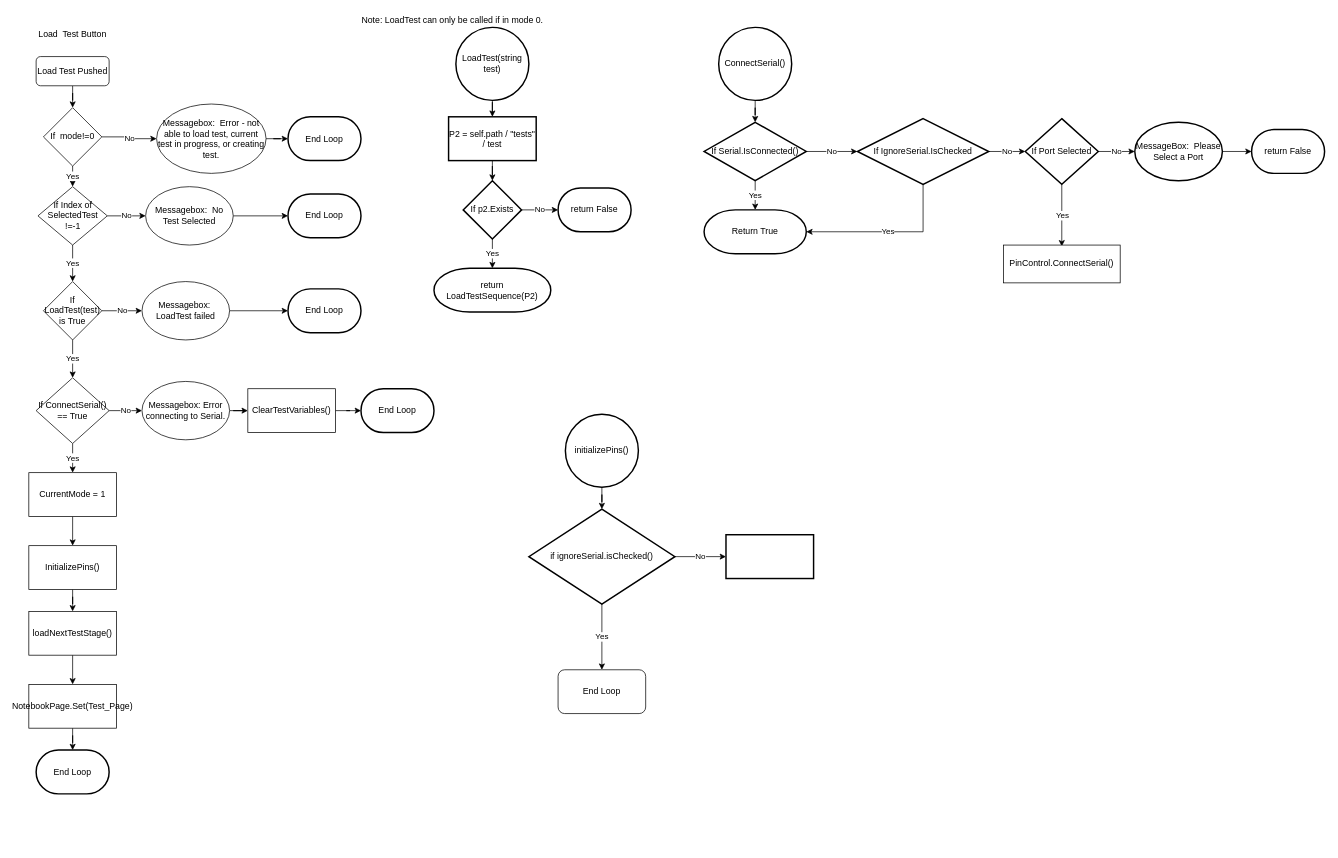
calebschmurr/AUNA_Test_Box keeps this draw.io diagram as page "Load_Test_Button" (1 of 4) of Computer_App/Load_Test_Tab.drawio. Above is the earlier version. Source tidied: cells renumbered, new cells numbered last; positions are measured from the earlier drawing's top-left corner, leaving out a move shared by most shapes. Both pictures are drawn from the tidied source at 73%, with x=0, y=0 at pixel (28, 12).
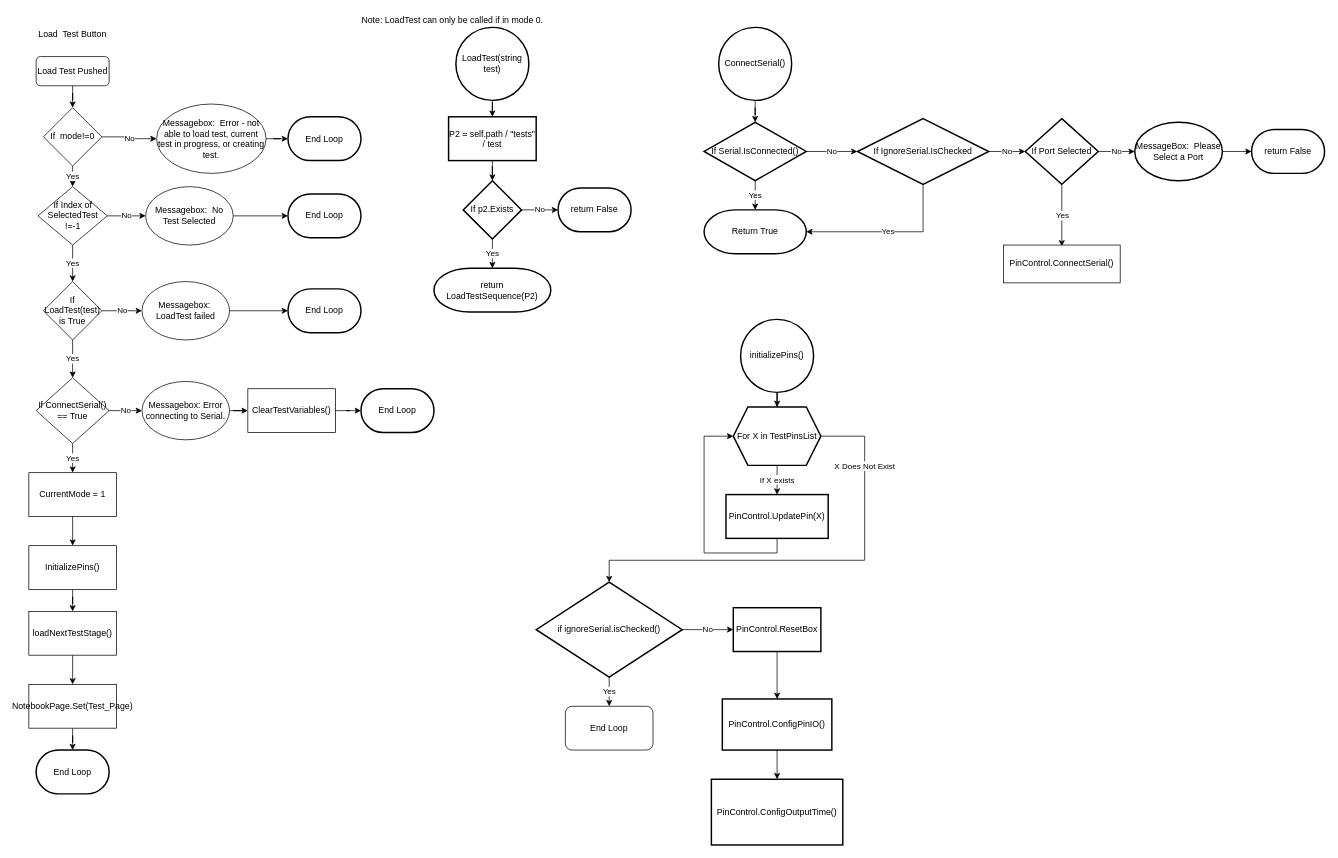
After the change.

What changed in the source:
```diff
@@
-    <mxCell id="66" style="edgeStyle=orthogonalEdgeStyle;rounded=0;jettySize=auto;html=1;" parent="1" edge="1" source="67" target="70">
+    <mxCell id="66" style="edgeStyle=orthogonalEdgeStyle;rounded=0;jettySize=auto;html=1;entryX=0.5;entryY=0;entryDx=0;entryDy=0;" parent="1" edge="1" source="67" target="78">
       <mxGeometry relative="1" as="geometry" />
     </mxCell>
     <mxCell id="67" value="initializePins()" style="strokeWidth=2;html=1;shape=mxgraph.flowchart.start_2;whiteSpace=wrap;" parent="1" vertex="1">
-      <mxGeometry x="735" y="550" width="100" height="100" as="geometry" />
+      <mxGeometry x="975" y="420" width="100" height="100" as="geometry" />
     </mxCell>
@@
     <mxCell id="70" value="if ignoreSerial.isChecked()" style="rhombus;whiteSpace=wrap;html=1;strokeWidth=2;" parent="1" vertex="1">
-      <mxGeometry x="685" y="680" width="200" height="130" as="geometry" />
+      <mxGeometry x="695" y="780" width="200" height="130" as="geometry" />
     </mxCell>
+    <mxCell id="73" style="edgeStyle=orthogonalEdgeStyle;rounded=0;jettySize=auto;html=1;" parent="1" edge="1" source="71" target="75">
+      <mxGeometry relative="1" as="geometry" />
+    </mxCell>
-    <mxCell id="71" style="whiteSpace=wrap;html=1;strokeWidth=2;" parent="1" vertex="1">
-      <mxGeometry x="955" y="715" width="120" height="60" as="geometry" />
+    <mxCell id="71" value="PinControl.ResetBox" style="whiteSpace=wrap;html=1;strokeWidth=2;" parent="1" vertex="1">
+      <mxGeometry x="965" y="815" width="120" height="60" as="geometry" />
     </mxCell>
     <mxCell id="72" value="End Loop" style="rounded=1;whiteSpace=wrap;html=1;" parent="1" vertex="1">
-      <mxGeometry x="725" y="900" width="120" height="60" as="geometry" />
+      <mxGeometry x="735" y="950" width="120" height="60" as="geometry" />
     </mxCell>
+    <mxCell id="74" style="edgeStyle=orthogonalEdgeStyle;rounded=0;jettySize=auto;html=1;" parent="1" edge="1" source="75" target="81">
+      <mxGeometry relative="1" as="geometry" />
+    </mxCell>
+    <mxCell id="75" value="PinControl.ConfigPinIO()" style="whiteSpace=wrap;html=1;strokeWidth=2;" parent="1" vertex="1">
+      <mxGeometry x="950" y="940" width="150" height="70" as="geometry" />
+    </mxCell>
+    <mxCell id="76" value="If X exists" style="edgeStyle=orthogonalEdgeStyle;rounded=0;jettySize=auto;html=1;" parent="1" edge="1" source="78" target="80">
+      <mxGeometry relative="1" as="geometry" />
+    </mxCell>
+    <mxCell id="77" value="X Does Not Exist" style="edgeStyle=orthogonalEdgeStyle;rounded=0;jettySize=auto;html=1;exitX=1;exitY=0.5;exitDx=0;exitDy=0;entryX=0.5;entryY=0;entryDx=0;entryDy=0;" parent="1" edge="1" source="78" target="70">
+      <mxGeometry x="-0.67" relative="1" as="geometry">
+        <Array as="points">
+          <mxPoint x="1145" y="580" />
+          <mxPoint x="1145" y="750" />
+          <mxPoint x="795" y="750" />
+        </Array>
+      </mxGeometry>
+    </mxCell>
+    <mxCell id="78" value="For X in TestPinsList" style="shape=hexagon;perimeter=hexagonPerimeter2;whiteSpace=wrap;html=1;fixedSize=1;strokeWidth=2;" parent="1" vertex="1">
+      <mxGeometry x="965" y="540" width="120" height="80" as="geometry" />
+    </mxCell>
+    <mxCell id="79" style="edgeStyle=orthogonalEdgeStyle;rounded=0;jettySize=auto;html=1;exitX=0.5;exitY=1;exitDx=0;exitDy=0;entryX=0;entryY=0.5;entryDx=0;entryDy=0;" parent="1" edge="1" source="80" target="78">
+      <mxGeometry relative="1" as="geometry">
+        <Array as="points">
+          <mxPoint x="1025" y="740" />
+          <mxPoint x="925" y="740" />
+          <mxPoint x="925" y="580" />
+        </Array>
+      </mxGeometry>
+    </mxCell>
+    <mxCell id="80" value="PinControl.UpdatePin(X)" style="whiteSpace=wrap;html=1;strokeWidth=2;" parent="1" vertex="1">
+      <mxGeometry x="955" y="660" width="140" height="60" as="geometry" />
+    </mxCell>
+    <mxCell id="81" value="PinControl.ConfigOutputTime()" style="whiteSpace=wrap;html=1;strokeWidth=2;" parent="1" vertex="1">
+      <mxGeometry x="935" y="1050" width="180" height="90" as="geometry" />
+    </mxCell>
```
